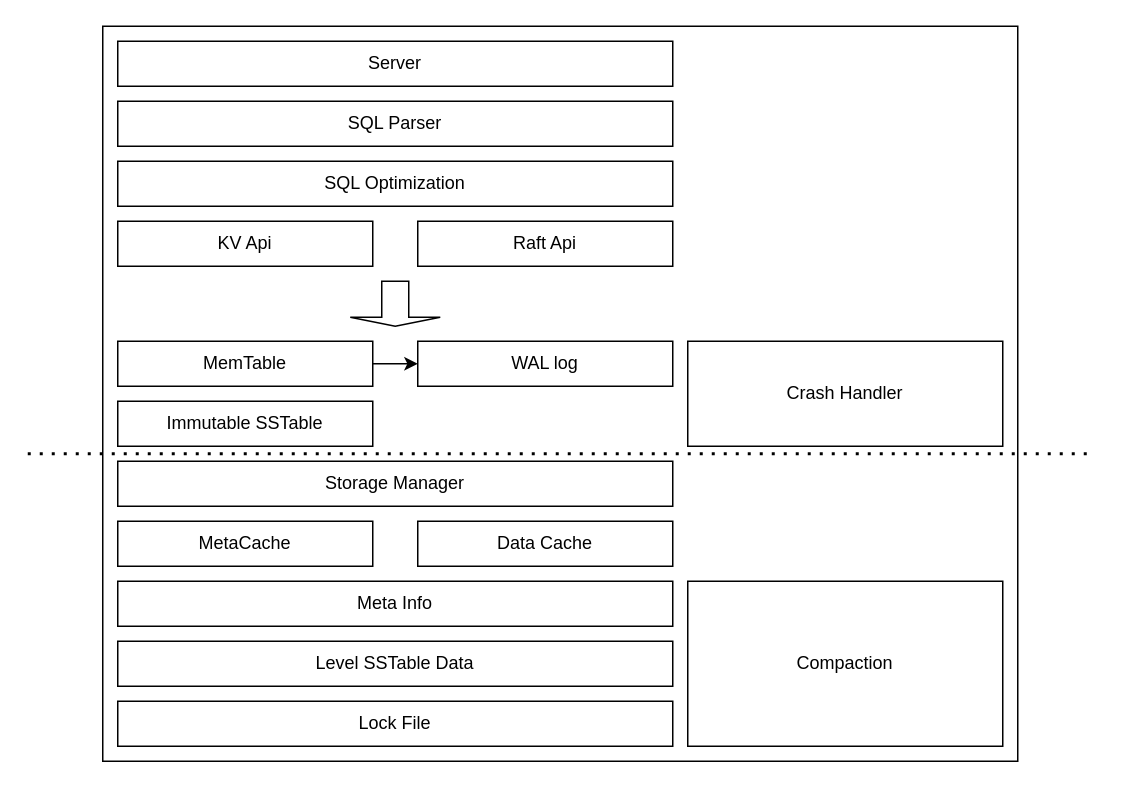
The draw.io diagram design/hifidb.drawio in Kamijoucen/HiFiDB, before the edit. Source tidied: cells renumbered, new cells numbered last; positions are measured from the earlier drawing's top-left corner, leaving out a move shared by most shapes. Both pictures are drawn from the tidied source at 150%, with x=0, y=0 at pixel (27, 26).
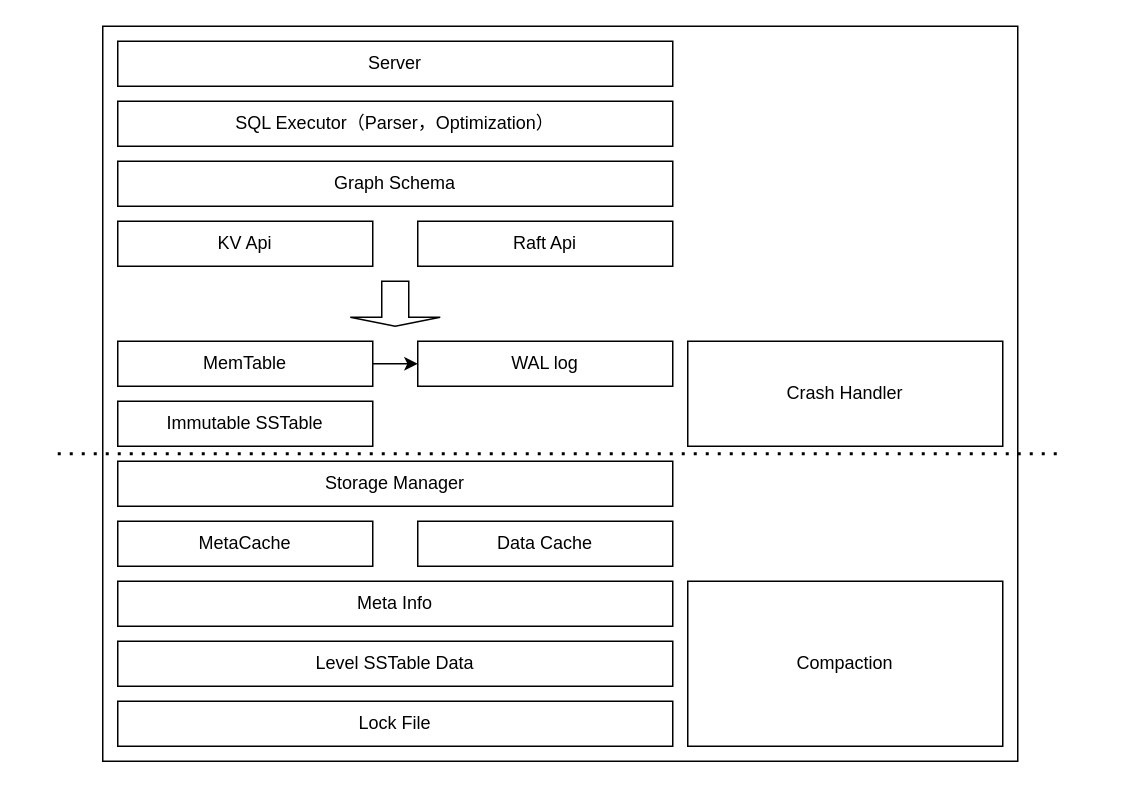
Above is the later version.

The edit, as a diff of the source:
```diff
@@
-    <mxCell id="4" value="SQL Parser" style="rounded=0;whiteSpace=wrap;html=1;" parent="1" vertex="1">
-      <mxGeometry x="60" y="50" width="370" height="30" as="geometry" />
-    </mxCell>
-    <mxCell id="5" value="SQL Optimization" style="rounded=0;whiteSpace=wrap;html=1;" parent="1" vertex="1">
-      <mxGeometry x="60" y="90" width="370" height="30" as="geometry" />
+    <mxCell id="5" value="SQL Executor（Parser，Optimization）" style="rounded=0;whiteSpace=wrap;html=1;" parent="1" vertex="1">
+      <mxGeometry x="60" y="50" width="370" height="30" as="geometry" />
     </mxCell>
@@
     <mxCell id="21" style="endArrow=none;dashed=1;html=1;dashPattern=1 3;strokeWidth=2;" parent="1" edge="1">
       <mxGeometry relative="1" as="geometry">
-        <mxPoint y="285" as="sourcePoint" />
-        <mxPoint x="710" y="285" as="targetPoint" />
+        <mxPoint x="20" y="285" as="sourcePoint" />
+        <mxPoint x="690" y="285" as="targetPoint" />
       </mxGeometry>
     </mxCell>
+    <mxCell id="22" value="Graph Schema" style="rounded=0;whiteSpace=wrap;html=1;" parent="1" vertex="1">
+      <mxGeometry x="60" y="90" width="370" height="30" as="geometry" />
+    </mxCell>
```
